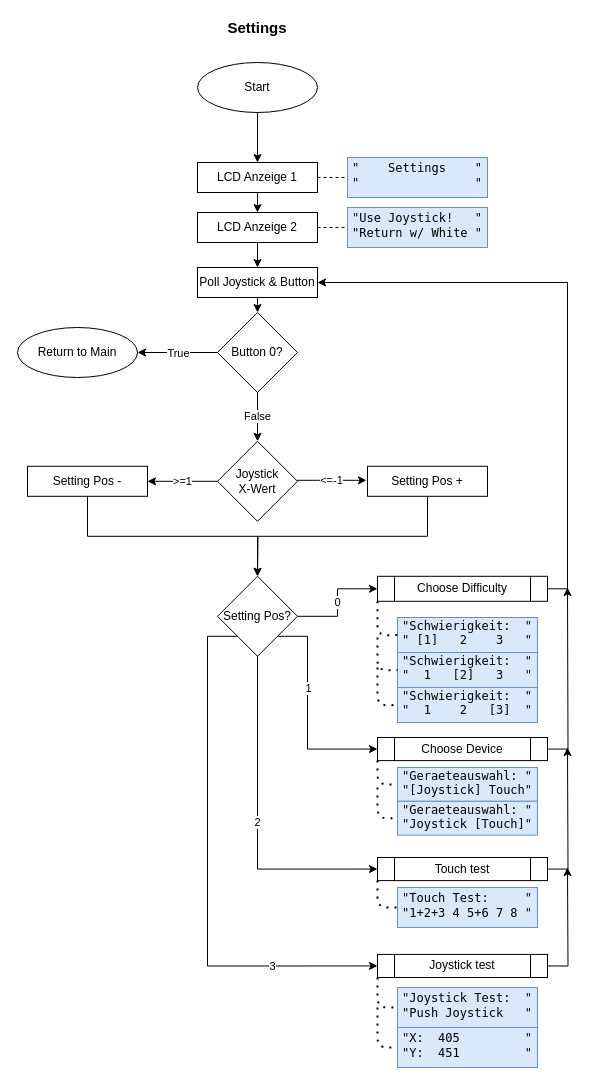
The draw.io diagram page "Settings" (2 of 5) of Untitled Diagram.drawio in Seafesko/Nucleo-Wecker, before the edit. Source tidied: cells renumbered, new cells numbered last; positions are measured from the earlier drawing's top-left corner, leaving out a move shared by most shapes. Both pictures are drawn from the tidied source at 100%, with x=0, y=0 at pixel (17, 17).
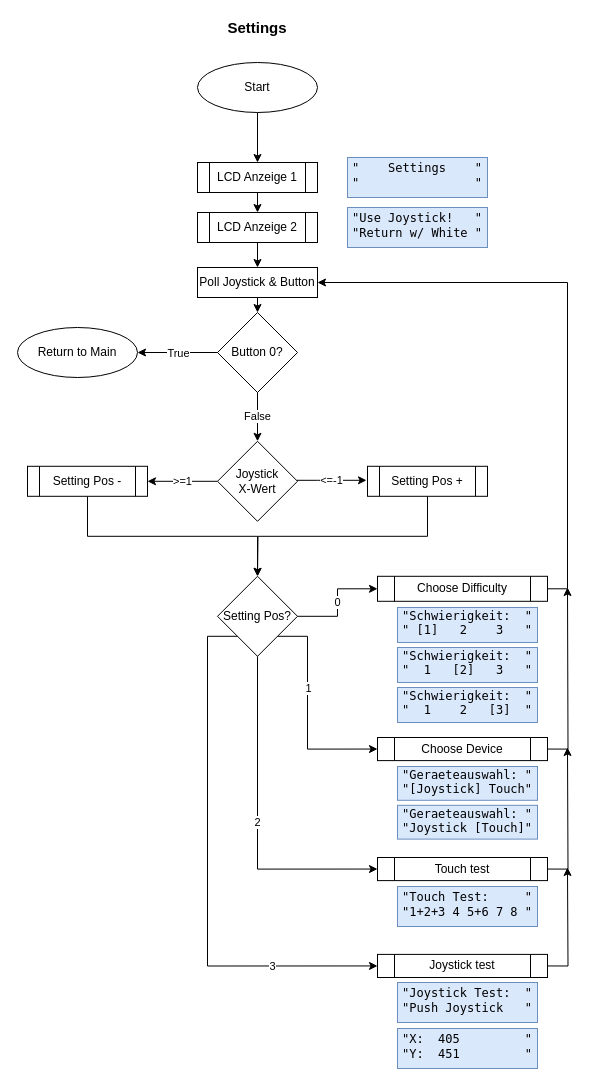
The same page after the edit.

The change refers to these unchanged cells:
```xml
<mxCell id="12" value="&lt;div&gt;&lt;font face=&quot;Lucida Console&quot;&gt;&lt;br&gt;&lt;/font&gt;&lt;/div&gt;&lt;div&gt;&lt;font face=&quot;Lucida Console&quot;&gt;&quot;&amp;nbsp;&amp;nbsp;&amp;nbsp; Settings&amp;nbsp;&amp;nbsp;&amp;nbsp; &quot; &quot;&amp;nbsp;&amp;nbsp;&amp;nbsp;&amp;nbsp;&amp;nbsp;&amp;nbsp;&amp;nbsp;&amp;nbsp;&amp;nbsp;&amp;nbsp;&amp;nbsp;&amp;nbsp;&amp;nbsp;&amp;nbsp;&amp;nbsp; &quot;&lt;/font&gt;&lt;/div&gt;" style="text;html=1;strokeColor=#6c8ebf;fillColor=#dae8fc;spacing=5;spacingTop=-20;whiteSpace=wrap;overflow=hidden;rounded=0;" parent="1" vertex="1">
  <mxGeometry x="330" y="140" width="140" height="40" as="geometry" />
</mxCell>
<mxCell id="13" value="&lt;div&gt;&lt;font face=&quot;Lucida Console&quot;&gt;&lt;br&gt;&lt;/font&gt;&lt;/div&gt;&lt;div&gt;&lt;font face=&quot;Lucida Console&quot;&gt;&quot;Use Joystick!&amp;nbsp;&amp;nbsp; &quot;&lt;/font&gt;&lt;/div&gt;&lt;font face=&quot;Lucida Console&quot;&gt;&quot;Return w/ White &quot;&lt;/font&gt;" style="text;html=1;strokeColor=#6c8ebf;fillColor=#dae8fc;spacing=5;spacingTop=-20;whiteSpace=wrap;overflow=hidden;rounded=0;" parent="1" vertex="1">
  <mxGeometry x="330" y="190" width="140" height="40" as="geometry" />
</mxCell>
<mxCell id="23" value="&lt;p&gt;&lt;font face=&quot;Lucida Console&quot;&gt;&quot;Schwierigkeit:&amp;nbsp; &quot; &quot;&amp;nbsp; 1&amp;nbsp;&amp;nbsp;&amp;nbsp; 2&amp;nbsp;&amp;nbsp; [3]&amp;nbsp; &quot;&lt;/font&gt;&lt;br&gt;&lt;/p&gt;" style="text;html=1;strokeColor=#6c8ebf;fillColor=#dae8fc;spacing=5;spacingTop=-20;whiteSpace=wrap;overflow=hidden;rounded=0;" parent="1" vertex="1">
  <mxGeometry x="380" y="670" width="140" height="35" as="geometry" />
</mxCell>
<mxCell id="27" value="Choose Difficulty" style="shape=process;whiteSpace=wrap;html=1;backgroundOutline=1;" parent="1" vertex="1">
  <mxGeometry x="360" y="558.8" width="170" height="25" as="geometry" />
</mxCell>
<mxCell id="29" value="Choose Device" style="shape=process;whiteSpace=wrap;html=1;backgroundOutline=1;" parent="1" vertex="1">
  <mxGeometry x="360" y="720" width="170" height="23.1" as="geometry" />
</mxCell>
<mxCell id="42" value="Touch test" style="shape=process;whiteSpace=wrap;html=1;backgroundOutline=1;" parent="1" vertex="1">
  <mxGeometry x="360" y="840" width="170" height="23.1" as="geometry" />
</mxCell>
<mxCell id="44" value="Joystick test" style="shape=process;whiteSpace=wrap;html=1;backgroundOutline=1;" parent="1" vertex="1">
  <mxGeometry x="360" y="936.9" width="170" height="23.1" as="geometry" />
</mxCell>
```

Diff of the diagram source:
```diff
@@
     <mxCell id="8" value="&lt;p&gt;&lt;font face=&quot;Lucida Console&quot;&gt;&quot;Schwierigkeit:&amp;nbsp; &quot; &quot; [1]&amp;nbsp;&amp;nbsp; 2&amp;nbsp;&amp;nbsp;&amp;nbsp; 3&amp;nbsp;&amp;nbsp; &quot;&lt;/font&gt;&lt;br&gt;&lt;/p&gt;" style="text;html=1;strokeColor=#6c8ebf;fillColor=#dae8fc;spacing=5;spacingTop=-20;whiteSpace=wrap;overflow=hidden;rounded=0;" parent="1" vertex="1">
-      <mxGeometry x="380" y="600" width="140" height="35" as="geometry" />
+      <mxGeometry x="380" y="590" width="140" height="35" as="geometry" />
     </mxCell>
     <mxCell id="9" value="&lt;div&gt;&lt;font face=&quot;Lucida Console&quot;&gt;&lt;br&gt;&lt;/font&gt;&lt;/div&gt;&lt;div&gt;&lt;font face=&quot;Lucida Console&quot;&gt;&quot;Touch Test:&amp;nbsp;&amp;nbsp;&amp;nbsp;&amp;nbsp; &quot;&lt;/font&gt;&lt;/div&gt;&lt;div&gt;&lt;font face=&quot;Lucida Console&quot;&gt;&quot;1+2+3 4 5+6 7 8 &quot;&lt;/font&gt;&lt;br&gt;&lt;/div&gt;" style="text;html=1;strokeColor=#6c8ebf;fillColor=#dae8fc;spacing=5;spacingTop=-20;whiteSpace=wrap;overflow=hidden;rounded=0;" parent="1" vertex="1">
-      <mxGeometry x="380" y="870" width="140" height="40" as="geometry" />
+      <mxGeometry x="380" y="869" width="140" height="40" as="geometry" />
     </mxCell>
@@
-    <mxCell id="11" value="LCD Anzeige 1" style="rounded=0;whiteSpace=wrap;html=1;" parent="1" vertex="1">
+    <mxCell id="11" value="LCD Anzeige 1" style="shape=process;rounded=0;whiteSpace=wrap;html=1;" parent="1" vertex="1">
       <mxGeometry x="180" y="145" width="120" height="30" as="geometry" />
     </mxCell>
@@
-    <mxCell id="14" style="endArrow=none;dashed=1;html=1;entryX=0;entryY=0.5;entryDx=0;entryDy=0;exitX=1;exitY=0.5;exitDx=0;exitDy=0;" parent="1" edge="1" source="11" target="12">
-      <mxGeometry relative="1" as="geometry" />
-    </mxCell>
@@
-    <mxCell id="16" value="LCD Anzeige 2" style="rounded=0;whiteSpace=wrap;html=1;" parent="1" vertex="1">
+    <mxCell id="16" value="LCD Anzeige 2" style="shape=process;rounded=0;whiteSpace=wrap;html=1;" parent="1" vertex="1">
       <mxGeometry x="180" y="195" width="120" height="30" as="geometry" />
     </mxCell>
-    <mxCell id="17" style="endArrow=none;dashed=1;html=1;exitX=1;exitY=0.5;exitDx=0;exitDy=0;entryX=0;entryY=0.5;entryDx=0;entryDy=0;" parent="1" edge="1" source="16" target="13">
-      <mxGeometry relative="1" as="geometry" />
-    </mxCell>
     <mxCell id="18" value="&lt;p&gt;&lt;font face=&quot;Lucida Console&quot;&gt;&quot;Geraeteauswahl: &quot; &quot;[Joystick] Touch&quot;&lt;/font&gt;&lt;br&gt;&lt;/p&gt;" style="text;html=1;strokeColor=#6c8ebf;fillColor=#dae8fc;spacing=5;spacingTop=-20;whiteSpace=wrap;overflow=hidden;rounded=0;" parent="1" vertex="1">
-      <mxGeometry x="380" y="750" width="140" height="33.8" as="geometry" />
+      <mxGeometry x="380" y="749" width="140" height="33.8" as="geometry" />
     </mxCell>
     <mxCell id="19" value="&lt;p&gt;&lt;font face=&quot;Lucida Console&quot;&gt;&quot;Geraeteauswahl: &quot; &quot;Joystick [Touch]&quot;&lt;/font&gt;&lt;br&gt;&lt;/p&gt;" style="text;html=1;strokeColor=#6c8ebf;fillColor=#dae8fc;spacing=5;spacingTop=-20;whiteSpace=wrap;overflow=hidden;rounded=0;" parent="1" vertex="1">
-      <mxGeometry x="380" y="783.8" width="140" height="33.8" as="geometry" />
+      <mxGeometry x="380" y="787.8" width="140" height="33.8" as="geometry" />
     </mxCell>
     <mxCell id="20" value="&lt;p&gt;&lt;font face=&quot;Lucida Console&quot;&gt;&quot;Schwierigkeit:&amp;nbsp; &quot; &quot;&amp;nbsp; 1&amp;nbsp;&amp;nbsp; [2] &amp;nbsp; 3&amp;nbsp;&amp;nbsp; &quot;&lt;/font&gt;&lt;br&gt;&lt;/p&gt;" style="text;html=1;strokeColor=#6c8ebf;fillColor=#dae8fc;spacing=5;spacingTop=-20;whiteSpace=wrap;overflow=hidden;rounded=0;" parent="1" vertex="1">
-      <mxGeometry x="380" y="635" width="140" height="35" as="geometry" />
+      <mxGeometry x="380" y="630" width="140" height="35" as="geometry" />
     </mxCell>
     <mxCell id="21" value="&lt;div&gt;&lt;font face=&quot;Lucida Console&quot;&gt;&lt;br&gt;&lt;/font&gt;&lt;/div&gt;&lt;div&gt;&lt;font face=&quot;Lucida Console&quot;&gt;&quot;Joystick Test:&amp;nbsp; &quot; &quot;Push Joystick&amp;nbsp;&amp;nbsp; &quot;&lt;/font&gt;&lt;/div&gt;" style="text;html=1;strokeColor=#6c8ebf;fillColor=#dae8fc;spacing=5;spacingTop=-20;whiteSpace=wrap;overflow=hidden;rounded=0;" parent="1" vertex="1">
-      <mxGeometry x="380" y="970" width="140" height="40" as="geometry" />
+      <mxGeometry x="380" y="965" width="140" height="40" as="geometry" />
     </mxCell>
     <mxCell id="22" value="&lt;div&gt;&lt;font face=&quot;Lucida Console&quot;&gt;&lt;br&gt;&lt;/font&gt;&lt;/div&gt;&lt;div&gt;&lt;font face=&quot;Lucida Console&quot;&gt;&quot;X:&amp;nbsp; 405 &amp;nbsp; &amp;nbsp;&amp;nbsp;&amp;nbsp;&amp;nbsp;&amp;nbsp; &quot;&lt;/font&gt;&lt;/div&gt;&lt;font face=&quot;Lucida Console&quot;&gt;&quot;Y:&amp;nbsp; 451 &amp;nbsp;&amp;nbsp;&amp;nbsp;&amp;nbsp;&amp;nbsp;&amp;nbsp;&amp;nbsp; &quot;&lt;/font&gt;" style="text;html=1;strokeColor=#6c8ebf;fillColor=#dae8fc;spacing=5;spacingTop=-20;whiteSpace=wrap;overflow=hidden;rounded=0;" parent="1" vertex="1">
-      <mxGeometry x="380" y="1010" width="140" height="40" as="geometry" />
+      <mxGeometry x="380" y="1011" width="140" height="40" as="geometry" />
     </mxCell>
@@
-    <mxCell id="31" value="Setting Pos +" style="rounded=0;whiteSpace=wrap;html=1;" parent="1" vertex="1">
+    <mxCell id="31" value="Setting Pos +" style="shape=process;rounded=0;whiteSpace=wrap;html=1;" parent="1" vertex="1">
       <mxGeometry x="350" y="448.8" width="120" height="30" as="geometry" />
     </mxCell>
@@
-    <mxCell id="33" value="Setting Pos -" style="rounded=0;whiteSpace=wrap;html=1;direction=west;" parent="1" vertex="1">
+    <mxCell id="33" value="Setting Pos -" style="shape=process;rounded=0;whiteSpace=wrap;html=1;direction=west;" parent="1" vertex="1">
       <mxGeometry x="10" y="448.8" width="120" height="30" as="geometry" />
     </mxCell>
@@
-    <mxCell id="49" style="endArrow=none;dashed=1;html=1;dashPattern=1 3;strokeWidth=2;entryX=0;entryY=0.5;entryDx=0;entryDy=0;exitX=0;exitY=1;exitDx=0;exitDy=0;" parent="1" edge="1" source="27" target="8">
-      <mxGeometry relative="1" as="geometry">
-        <Array as="points">
-          <mxPoint x="360" y="618" />
-        </Array>
-      </mxGeometry>
-    </mxCell>
-    <mxCell id="50" style="endArrow=none;dashed=1;html=1;dashPattern=1 3;strokeWidth=2;entryX=0;entryY=0.5;entryDx=0;entryDy=0;" parent="1" edge="1" target="20">
-      <mxGeometry relative="1" as="geometry">
-        <mxPoint x="360" y="620" as="sourcePoint" />
-        <Array as="points">
-          <mxPoint x="360" y="653" />
-        </Array>
-      </mxGeometry>
-    </mxCell>
-    <mxCell id="51" style="endArrow=none;dashed=1;html=1;dashPattern=1 3;strokeWidth=2;entryX=0;entryY=0.5;entryDx=0;entryDy=0;" parent="1" edge="1" target="23">
-      <mxGeometry relative="1" as="geometry">
-        <mxPoint x="360" y="650" as="sourcePoint" />
-        <Array as="points">
-          <mxPoint x="360" y="688" />
-        </Array>
-      </mxGeometry>
-    </mxCell>
-    <mxCell id="52" style="endArrow=none;dashed=1;html=1;dashPattern=1 3;strokeWidth=2;entryX=0;entryY=0.5;entryDx=0;entryDy=0;exitX=0;exitY=1;exitDx=0;exitDy=0;" parent="1" edge="1" source="29" target="18">
-      <mxGeometry relative="1" as="geometry">
-        <Array as="points">
-          <mxPoint x="360" y="767" />
-        </Array>
-      </mxGeometry>
-    </mxCell>
-    <mxCell id="53" style="endArrow=none;dashed=1;html=1;dashPattern=1 3;strokeWidth=2;entryX=0;entryY=0.5;entryDx=0;entryDy=0;" parent="1" edge="1" target="19">
-      <mxGeometry relative="1" as="geometry">
-        <mxPoint x="360" y="770" as="sourcePoint" />
-        <Array as="points">
-          <mxPoint x="360" y="801" />
-        </Array>
-      </mxGeometry>
-    </mxCell>
-    <mxCell id="54" style="endArrow=none;dashed=1;html=1;dashPattern=1 3;strokeWidth=2;entryX=0;entryY=0.5;entryDx=0;entryDy=0;exitX=0;exitY=1;exitDx=0;exitDy=0;" parent="1" edge="1" source="42" target="9">
-      <mxGeometry relative="1" as="geometry">
-        <Array as="points">
-          <mxPoint x="360" y="890" />
-        </Array>
-      </mxGeometry>
-    </mxCell>
-    <mxCell id="55" style="endArrow=none;dashed=1;html=1;dashPattern=1 3;strokeWidth=2;entryX=0;entryY=0.5;entryDx=0;entryDy=0;exitX=0;exitY=1;exitDx=0;exitDy=0;" parent="1" edge="1" source="44" target="21">
-      <mxGeometry relative="1" as="geometry">
-        <Array as="points">
-          <mxPoint x="360" y="990" />
-        </Array>
-      </mxGeometry>
-    </mxCell>
-    <mxCell id="56" style="endArrow=none;dashed=1;html=1;dashPattern=1 3;strokeWidth=2;entryX=0;entryY=0.5;entryDx=0;entryDy=0;" parent="1" edge="1" target="22">
-      <mxGeometry relative="1" as="geometry">
-        <mxPoint x="360" y="990" as="sourcePoint" />
-        <Array as="points">
-          <mxPoint x="360" y="1030" />
-        </Array>
-      </mxGeometry>
-    </mxCell>
```
